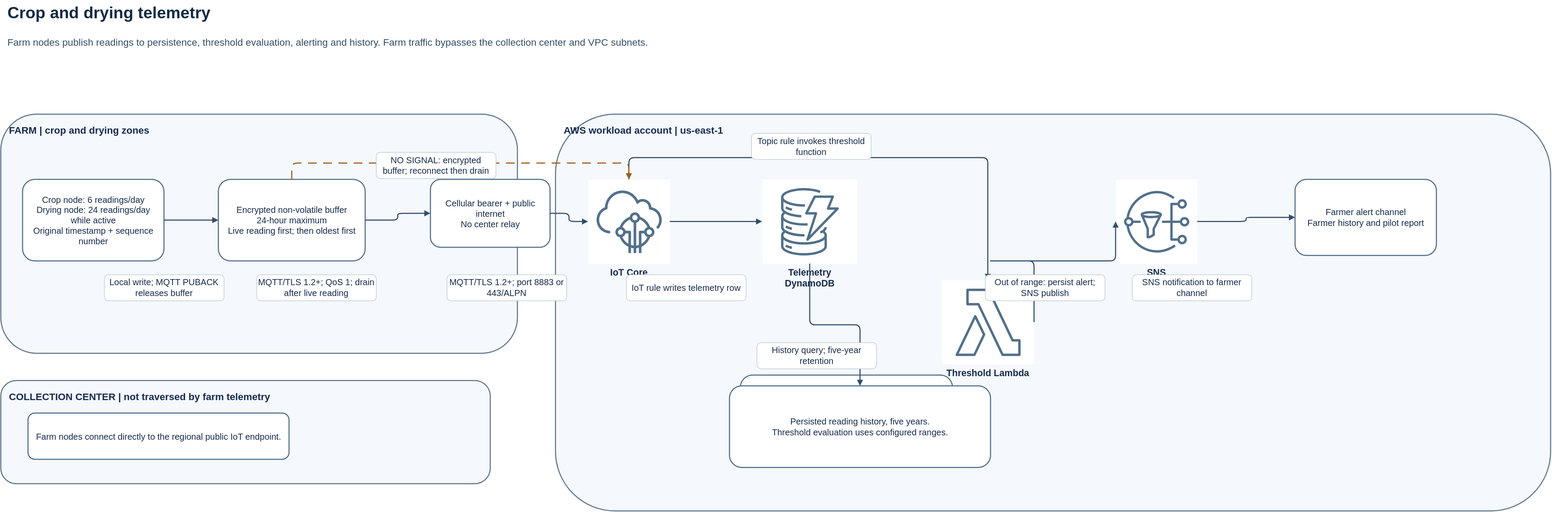
aroma-pacifico/aroma-pacifico-diagrams keeps this draw.io diagram as data-paths/telemetry.svg. Above is the earlier version. Source tidied: cells renumbered, new cells last; positions are measured from the earlier drawing's top-left corner, leaving out a move shared by most shapes.
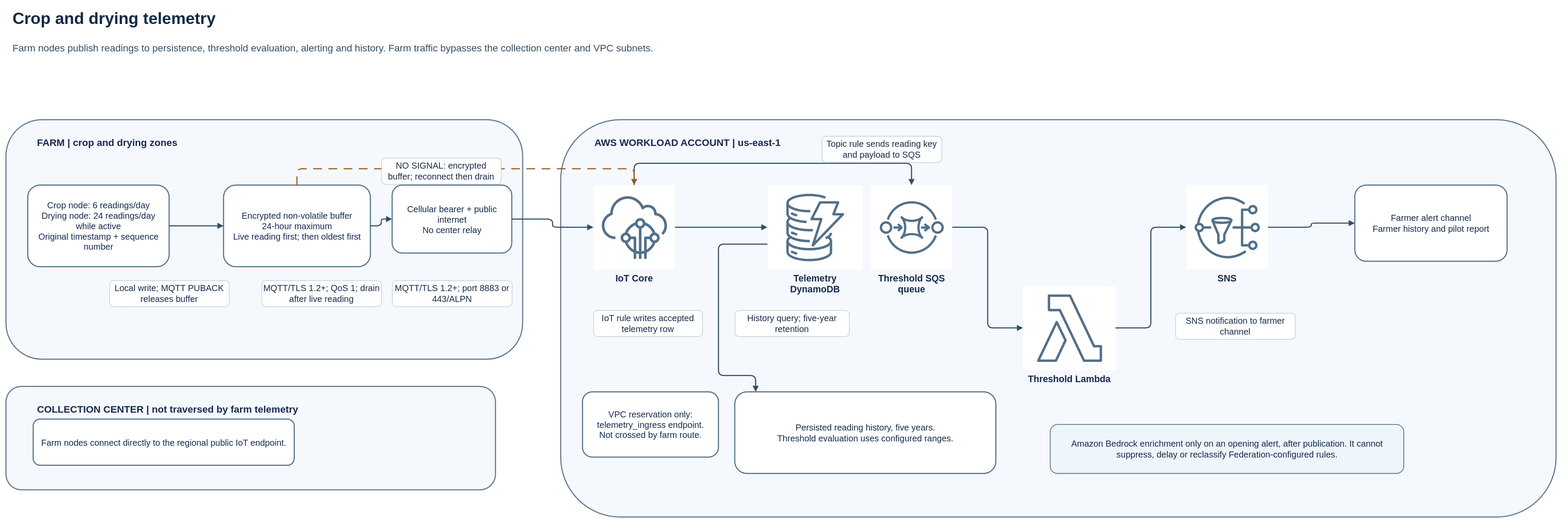
After the commit.

Change to the diagram source:
```diff
@@ -8,13 +8,13 @@
     <mxCell id="3" value="Farm nodes publish readings to persistence, threshold evaluation, alerting and history. Farm traffic bypasses the collection center and VPC subnets." style="text;html=1;align=left;verticalAlign=middle;fontSize=18;fontColor=#334e68;" parent="1" vertex="1">
       <mxGeometry x="10" y="50" width="2820" height="55" as="geometry" />
     </mxCell>
-    <mxCell id="4" value="FARM | crop and drying zones" style="rounded=1;whiteSpace=wrap;html=1;fillColor=#f5f8fc;strokeColor=#61788d;strokeWidth=2;fontColor=#172b4d;fontSize=18;fontStyle=1;align=left;verticalAlign=top;spacing=15;" parent="1" vertex="1">
+    <mxCell id="4" value="FARM | crop and drying zones" style="rounded=1;whiteSpace=wrap;html=1;fillColor=#f5f8fc;strokeColor=#61788d;strokeWidth=2;fontColor=#172b4d;fontSize=18;fontStyle=1;align=left;verticalAlign=top;spacingLeft=55;spacingTop=25;" parent="1" vertex="1">
       <mxGeometry y="210" width="950" height="440" as="geometry" />
     </mxCell>
-    <mxCell id="5" value="COLLECTION CENTER | not traversed by farm telemetry" style="rounded=1;whiteSpace=wrap;html=1;fillColor=#f5f8fc;strokeColor=#61788d;strokeWidth=2;fontColor=#172b4d;fontSize=18;fontStyle=1;align=left;verticalAlign=top;spacing=15;" parent="1" vertex="1">
+    <mxCell id="5" value="COLLECTION CENTER | not traversed by farm telemetry" style="rounded=1;whiteSpace=wrap;html=1;fillColor=#f5f8fc;strokeColor=#61788d;strokeWidth=2;fontColor=#172b4d;fontSize=18;fontStyle=1;align=left;verticalAlign=top;spacingLeft=55;spacingTop=25;" parent="1" vertex="1">
       <mxGeometry y="700" width="900" height="190" as="geometry" />
     </mxCell>
-    <mxCell id="6" value="AWS workload account | us-east-1" style="rounded=1;whiteSpace=wrap;html=1;fillColor=#f5f8fc;strokeColor=#61788d;strokeWidth=2;fontColor=#172b4d;fontSize=18;fontStyle=1;align=left;verticalAlign=top;spacing=15;" parent="1" vertex="1">
+    <mxCell id="6" value="AWS WORKLOAD ACCOUNT | us-east-1" style="rounded=1;whiteSpace=wrap;html=1;fillColor=#f5f8fc;strokeColor=#61788d;strokeWidth=2;fontColor=#172b4d;fontSize=18;fontStyle=1;align=left;verticalAlign=top;spacingLeft=60;spacingTop=25;" parent="1" vertex="1">
       <mxGeometry x="1020" y="210" width="1830" height="730" as="geometry" />
     </mxCell>
     <mxCell id="7" value="Crop node: 6 readings/day&#10;Drying node: 24 readings/day while active&#10;Original timestamp + sequence number" style="rounded=1;whiteSpace=wrap;html=1;fillColor=#ffffff;strokeColor=#52708a;strokeWidth=2;fontColor=#172b4d;fontSize=16;align=center;verticalAlign=middle;spacing=8;" parent="1" vertex="1">
@@ -24,7 +24,7 @@
       <mxGeometry x="400" y="330" width="270" height="150" as="geometry" />
     </mxCell>
     <mxCell id="9" value="Cellular bearer + public internet&#10;No center relay" style="rounded=1;whiteSpace=wrap;html=1;fillColor=#ffffff;strokeColor=#52708a;strokeWidth=2;fontColor=#172b4d;fontSize=16;align=center;verticalAlign=middle;spacing=8;" parent="1" vertex="1">
-      <mxGeometry x="790" y="330" width="220" height="125" as="geometry" />
+      <mxGeometry x="710" y="330" width="220" height="125" as="geometry" />
     </mxCell>
     <mxCell id="10" value="Farm nodes connect directly to the regional public IoT endpoint." style="rounded=1;whiteSpace=wrap;html=1;fillColor=#ffffff;strokeColor=#52708a;strokeWidth=2;fontColor=#172b4d;fontSize=16;align=center;verticalAlign=middle;spacing=8;" parent="1" vertex="1">
       <mxGeometry x="50" y="760" width="480" height="85" as="geometry" />
@@ -33,19 +33,19 @@
       <mxGeometry x="1080" y="330" width="150" height="155" as="geometry" />
     </mxCell>
     <mxCell id="12" value="Threshold Lambda" style="shape=mxgraph.aws4.resourceIcon;resIcon=mxgraph.aws4.lambda;verticalLabelPosition=bottom;verticalAlign=top;align=center;html=1;whiteSpace=wrap;fillColor=#ffffff;strokeColor=#52708a;fontColor=#172b4d;fontSize=17;fontStyle=1;" parent="1" vertex="1">
-      <mxGeometry x="1730" y="515" width="170" height="155" as="geometry" />
+      <mxGeometry x="1870" y="515" width="170" height="155" as="geometry" />
     </mxCell>
     <mxCell id="13" value="Telemetry DynamoDB" style="shape=mxgraph.aws4.resourceIcon;resIcon=mxgraph.aws4.dynamodb;verticalLabelPosition=bottom;verticalAlign=top;align=center;html=1;whiteSpace=wrap;fillColor=#ffffff;strokeColor=#52708a;fontColor=#172b4d;fontSize=17;fontStyle=1;" parent="1" vertex="1">
       <mxGeometry x="1400" y="330" width="175" height="155" as="geometry" />
     </mxCell>
     <mxCell id="14" value="SNS" style="shape=mxgraph.aws4.resourceIcon;resIcon=mxgraph.aws4.sns;verticalLabelPosition=bottom;verticalAlign=top;align=center;html=1;whiteSpace=wrap;fillColor=#ffffff;strokeColor=#52708a;fontColor=#172b4d;fontSize=17;fontStyle=1;" parent="1" vertex="1">
-      <mxGeometry x="2050" y="330" width="150" height="155" as="geometry" />
+      <mxGeometry x="2170" y="330" width="150" height="155" as="geometry" />
     </mxCell>
     <mxCell id="15" value="Farmer alert channel&#10;Farmer history and pilot report" style="rounded=1;whiteSpace=wrap;html=1;fillColor=#ffffff;strokeColor=#52708a;strokeWidth=2;fontColor=#172b4d;fontSize=16;align=center;verticalAlign=middle;spacing=8;" parent="1" vertex="1">
-      <mxGeometry x="2380" y="330" width="260" height="140" as="geometry" />
+      <mxGeometry x="2480" y="330" width="280" height="140" as="geometry" />
     </mxCell>
     <mxCell id="16" value="VPC reservation only: telemetry_ingress endpoint.&#10;Not crossed by farm route." style="rounded=1;whiteSpace=wrap;html=1;fillColor=#ffffff;strokeColor=#52708a;strokeWidth=2;fontColor=#172b4d;fontSize=16;align=center;verticalAlign=middle;spacing=8;" parent="1" vertex="1">
-      <mxGeometry x="1360" y="690" width="390" height="150" as="geometry" />
+      <mxGeometry x="1060" y="710" width="250" height="120" as="geometry" />
     </mxCell>
     <mxCell id="17" value="Persisted reading history, five years.&#10;Threshold evaluation uses configured ranges." style="rounded=1;whiteSpace=wrap;html=1;fillColor=#ffffff;strokeColor=#52708a;strokeWidth=2;fontColor=#172b4d;fontSize=16;align=center;verticalAlign=middle;spacing=8;" parent="1" vertex="1">
       <mxGeometry x="1340" y="710" width="480" height="150" as="geometry" />
@@ -62,24 +62,25 @@
     <mxCell id="21" style="edgeStyle=orthogonalEdgeStyle;rounded=1;jettySize=auto;html=1;strokeColor=#334e68;strokeWidth=2;endArrow=block;endFill=1;fontColor=#172b4d;fontSize=16;whiteSpace=wrap;exitX=1;exitY=0.5;exitPerimeter=1;entryX=0;entryY=0.5;entryPerimeter=1;" parent="1" edge="1" source="11" target="13">
       <mxGeometry x="0.5" y="-0.7" relative="1" as="geometry" />
     </mxCell>
-    <mxCell id="22" style="edgeStyle=orthogonalEdgeStyle;rounded=1;jettySize=auto;html=1;strokeColor=#334e68;strokeWidth=2;endArrow=block;endFill=1;fontColor=#172b4d;fontSize=16;whiteSpace=wrap;exitX=0.5;exitY=0;exitPerimeter=1;entryX=0.5;entryY=0;entryPerimeter=1;" parent="1" edge="1" source="11" target="12">
+    <mxCell id="22" style="edgeStyle=orthogonalEdgeStyle;rounded=1;jettySize=auto;html=1;strokeColor=#334e68;strokeWidth=2;endArrow=block;endFill=1;fontColor=#172b4d;fontSize=16;whiteSpace=wrap;exitX=0.5;exitY=0;exitPerimeter=1;entryX=0.5;entryY=0;entryPerimeter=1;" parent="1" edge="1" source="11" target="36">
       <mxGeometry x="0.5" y="-0.7" relative="1" as="geometry">
         <Array as="points">
           <mxPoint x="1155" y="290" />
-          <mxPoint x="1815" y="290" />
+          <mxPoint x="1665" y="290" />
         </Array>
       </mxGeometry>
     </mxCell>
-    <mxCell id="23" style="edgeStyle=orthogonalEdgeStyle;rounded=1;jettySize=auto;html=1;strokeColor=#334e68;strokeWidth=2;endArrow=block;endFill=1;fontColor=#172b4d;fontSize=16;whiteSpace=wrap;exitX=0.5;exitY=1;exitPerimeter=1;entryX=0;entryY=0.5;entryPerimeter=1;exitX=1;exitY=0.5;exitPerimeter=1;entryX=0;entryY=0.5;entryPerimeter=1;" parent="1" edge="1" source="12" target="14">
-      <mxGeometry x="0.5" y="-0.7" relative="1" as="geometry">
-        <Array as="points">
-          <mxPoint x="1815" y="480" />
-          <mxPoint x="2125" y="480" />
-        </Array>
-      </mxGeometry>
+    <mxCell id="23" style="edgeStyle=orthogonalEdgeStyle;rounded=1;jettySize=auto;html=1;strokeColor=#334e68;strokeWidth=2;endArrow=block;endFill=1;exitX=1;exitY=0.5;exitPerimeter=1;entryX=0;entryY=0.5;entryPerimeter=1;" parent="1" edge="1" source="12" target="14">
+      <mxGeometry relative="1" as="geometry" />
     </mxCell>
-    <mxCell id="24" style="edgeStyle=orthogonalEdgeStyle;rounded=1;jettySize=auto;html=1;strokeColor=#334e68;strokeWidth=2;endArrow=block;endFill=1;fontColor=#172b4d;fontSize=16;whiteSpace=wrap;exitX=0.5;exitY=1;exitPerimeter=1;entryX=0.5;entryY=0;entryPerimeter=1;" parent="1" edge="1" source="13" target="17">
-      <mxGeometry x="0.5" y="-0.7" relative="1" as="geometry" />
+    <mxCell id="24" style="edgeStyle=orthogonalEdgeStyle;rounded=1;jettySize=auto;html=1;strokeColor=#334e68;strokeWidth=2;endArrow=block;endFill=1;exitX=0;exitY=0.7;exitPerimeter=1;entryX=0.08;entryY=0;entryPerimeter=1;" parent="1" edge="1" source="13" target="17">
+      <mxGeometry relative="1" as="geometry">
+        <Array as="points">
+          <mxPoint x="1310" y="439" />
+          <mxPoint x="1310" y="680" />
+          <mxPoint x="1378" y="680" />
+        </Array>
+      </mxGeometry>
     </mxCell>
     <mxCell id="25" style="edgeStyle=orthogonalEdgeStyle;rounded=1;jettySize=auto;html=1;strokeColor=#334e68;strokeWidth=2;endArrow=block;endFill=1;fontColor=#172b4d;fontSize=16;whiteSpace=wrap;exitX=1;exitY=0.5;exitPerimeter=1;entryX=0;entryY=0.5;entryPerimeter=1;" parent="1" edge="1" source="14" target="15">
       <mxGeometry x="0.5" y="-0.7" relative="1" as="geometry" />
@@ -99,25 +100,31 @@
       <mxGeometry x="470" y="505" width="220" height="48" as="geometry" />
     </mxCell>
     <mxCell id="29" value="MQTT/TLS 1.2+; port 8883 or 443/ALPN" style="rounded=1;whiteSpace=wrap;html=1;fillColor=#ffffff;strokeColor=#b8c7d5;strokeWidth=1;fontColor=#172b4d;fontSize=16;align=center;verticalAlign=middle;spacing=4;" parent="1" vertex="1">
-      <mxGeometry x="820" y="505" width="220" height="48" as="geometry" />
+      <mxGeometry x="710" y="505" width="220" height="48" as="geometry" />
     </mxCell>
-    <mxCell id="30" value="IoT rule writes telemetry row" style="rounded=1;whiteSpace=wrap;html=1;fillColor=#ffffff;strokeColor=#b8c7d5;strokeWidth=1;fontColor=#172b4d;fontSize=16;align=center;verticalAlign=middle;spacing=4;" parent="1" vertex="1">
-      <mxGeometry x="1150" y="505" width="220" height="48" as="geometry" />
+    <mxCell id="30" value="IoT rule writes accepted telemetry row" style="rounded=1;whiteSpace=wrap;html=1;fillColor=#ffffff;strokeColor=#b8c7d5;strokeWidth=1;fontColor=#172b4d;fontSize=16;align=center;verticalAlign=middle;spacing=4;" parent="1" vertex="1">
+      <mxGeometry x="1080" y="560" width="200" height="48" as="geometry" />
     </mxCell>
-    <mxCell id="31" value="Topic rule invokes threshold function" style="rounded=1;whiteSpace=wrap;html=1;fillColor=#ffffff;strokeColor=#b8c7d5;strokeWidth=1;fontColor=#172b4d;fontSize=16;align=center;verticalAlign=middle;spacing=4;" parent="1" vertex="1">
-      <mxGeometry x="1380" y="245" width="220" height="48" as="geometry" />
+    <mxCell id="31" value="Topic rule sends reading key and payload to SQS" style="rounded=1;whiteSpace=wrap;html=1;fillColor=#ffffff;strokeColor=#b8c7d5;strokeWidth=1;fontColor=#172b4d;fontSize=16;align=center;verticalAlign=middle;spacing=4;" parent="1" vertex="1">
+      <mxGeometry x="1500" y="240" width="220" height="48" as="geometry" />
     </mxCell>
-    <mxCell id="32" value="Out of range: persist alert; SNS publish" style="rounded=1;whiteSpace=wrap;html=1;fillColor=#ffffff;strokeColor=#b8c7d5;strokeWidth=1;fontColor=#172b4d;fontSize=16;align=center;verticalAlign=middle;spacing=4;" parent="1" vertex="1">
-      <mxGeometry x="1810" y="505" width="220" height="48" as="geometry" />
-    </mxCell>
     <mxCell id="33" value="History query; five-year retention" style="rounded=1;whiteSpace=wrap;html=1;fillColor=#ffffff;strokeColor=#b8c7d5;strokeWidth=1;fontColor=#172b4d;fontSize=16;align=center;verticalAlign=middle;spacing=4;" parent="1" vertex="1">
-      <mxGeometry x="1390" y="630" width="220" height="48" as="geometry" />
+      <mxGeometry x="1340" y="560" width="210" height="48" as="geometry" />
     </mxCell>
     <mxCell id="34" value="SNS notification to farmer channel" style="rounded=1;whiteSpace=wrap;html=1;fillColor=#ffffff;strokeColor=#b8c7d5;strokeWidth=1;fontColor=#172b4d;fontSize=16;align=center;verticalAlign=middle;spacing=4;" parent="1" vertex="1">
-      <mxGeometry x="2080" y="505" width="220" height="48" as="geometry" />
+      <mxGeometry x="2150" y="565" width="220" height="48" as="geometry" />
     </mxCell>
     <mxCell id="35" value="NO SIGNAL: encrypted buffer; reconnect then drain" style="rounded=1;whiteSpace=wrap;html=1;fillColor=#ffffff;strokeColor=#b8c7d5;strokeWidth=1;fontColor=#172b4d;fontSize=16;align=center;verticalAlign=middle;spacing=4;" parent="1" vertex="1">
       <mxGeometry x="690" y="280" width="220" height="48" as="geometry" />
     </mxCell>
+    <mxCell id="36" value="Threshold SQS queue" style="shape=mxgraph.aws4.resourceIcon;resIcon=mxgraph.aws4.sqs;verticalLabelPosition=bottom;verticalAlign=top;align=center;html=1;whiteSpace=wrap;fillColor=#ffffff;strokeColor=#52708a;fontColor=#172b4d;fontSize=17;fontStyle=1;" parent="1" vertex="1">
+      <mxGeometry x="1590" y="330" width="150" height="155" as="geometry" />
+    </mxCell>
+    <mxCell id="37" style="edgeStyle=orthogonalEdgeStyle;rounded=1;jettySize=auto;html=1;strokeColor=#334e68;strokeWidth=2;endArrow=block;endFill=1;exitX=1;exitY=0.5;exitPerimeter=1;entryX=0;entryY=0.5;entryPerimeter=1;" parent="1" edge="1" source="36" target="12">
+      <mxGeometry relative="1" as="geometry" />
+    </mxCell>
+    <mxCell id="38" value="Amazon Bedrock enrichment only on an opening alert, after publication. It cannot suppress, delay or reclassify Federation-configured rules." style="rounded=1;whiteSpace=wrap;html=1;fillColor=#eef5fb;strokeColor=#61788d;strokeWidth=1.5;fontColor=#172b4d;fontSize=16;align=center;verticalAlign=middle;spacing=7;" parent="1" vertex="1">
+      <mxGeometry x="1920" y="770" width="650" height="90" as="geometry" />
+    </mxCell>
   </root>
 </mxGraphModel>
```
